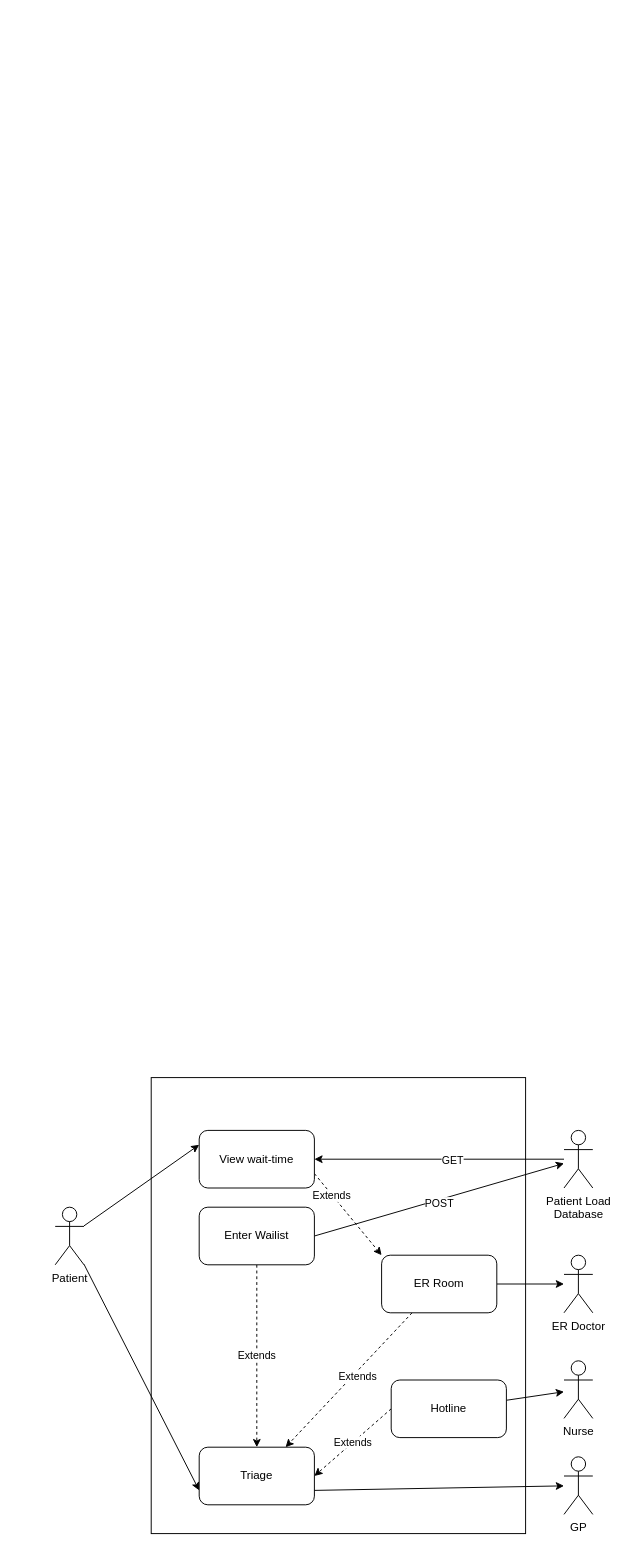
Earlier version of the draw.io diagram images/m1.drawio (uvic-teach/project-m1-team1). Source tidied: cells renumbered, new cells numbered last; positions are measured from the earlier drawing's top-left corner, leaving out a move shared by most shapes. Both pictures are drawn from the tidied source at 96%, with x=0, y=0 at pixel (55, 1077).
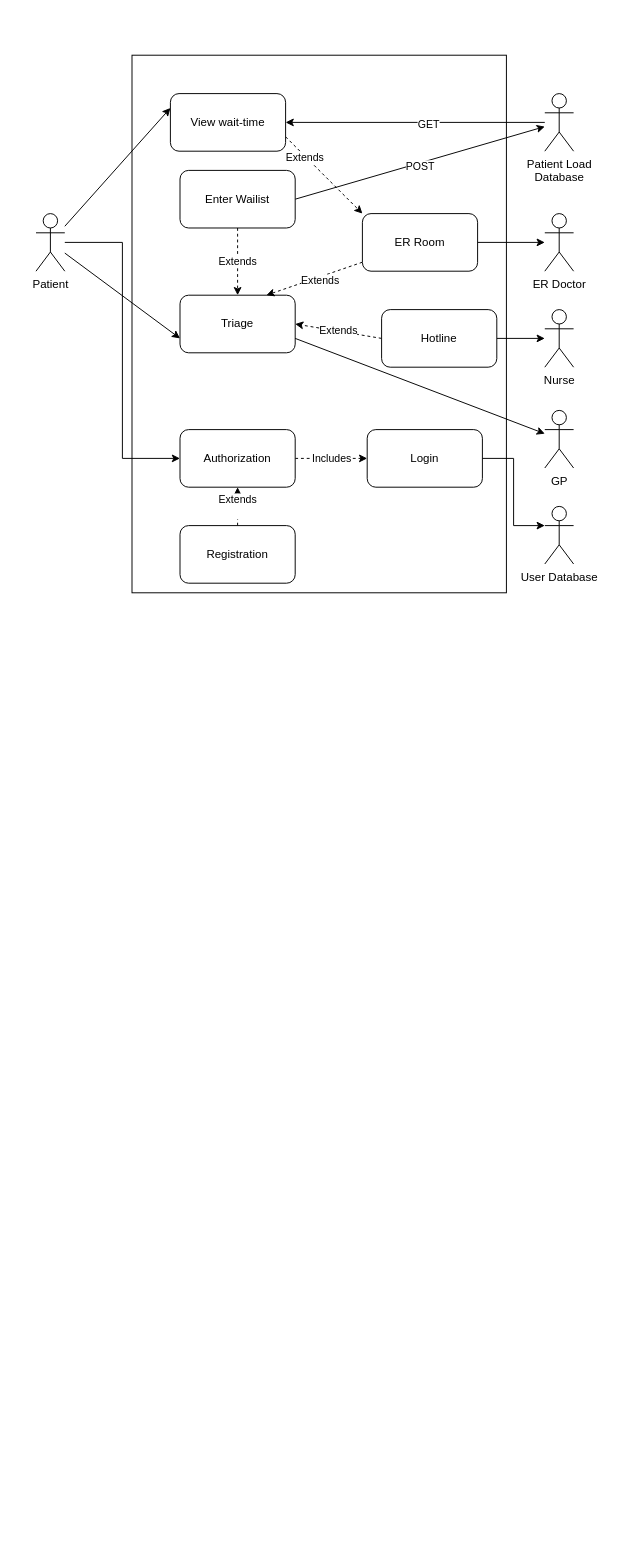
The same page after the edit.

What changed in the source:
```diff
@@
+    <mxCell id="28" style="whiteSpace=wrap;html=1;strokeColor=none;" parent="1" vertex="1">
+      <mxGeometry x="-40" y="-1105" width="630" height="630" as="geometry" />
+    </mxCell>
     <mxCell id="2" style="rounded=0;whiteSpace=wrap;html=1;fillColor=none;" parent="1" vertex="1">
-      <mxGeometry x="100" width="390" height="475" as="geometry" />
+      <mxGeometry x="80" y="-1065" width="390" height="560" as="geometry" />
     </mxCell>
@@
+    <mxCell id="29" style="edgeStyle=orthogonalEdgeStyle;rounded=0;jettySize=auto;html=1;entryX=0;entryY=0.5;entryDx=0;entryDy=0;" parent="1" edge="1" source="5" target="31">
+      <mxGeometry relative="1" as="geometry" />
+    </mxCell>
     <mxCell id="5" value="Patient" style="shape=umlActor;verticalLabelPosition=bottom;verticalAlign=top;html=1;outlineConnect=0;" parent="1" vertex="1">
-      <mxGeometry y="135" width="30" height="60" as="geometry" />
+      <mxGeometry x="-20" y="-900" width="30" height="60" as="geometry" />
     </mxCell>
@@
     <mxCell id="8" value="View wait-time" style="rounded=1;whiteSpace=wrap;html=1;" parent="1" vertex="1">
-      <mxGeometry x="150" y="55" width="120" height="60" as="geometry" />
+      <mxGeometry x="120" y="-1025" width="120" height="60" as="geometry" />
     </mxCell>
     <mxCell id="9" value="Triage" style="rounded=1;whiteSpace=wrap;html=1;" parent="1" vertex="1">
-      <mxGeometry x="150" y="385" width="120" height="60" as="geometry" />
+      <mxGeometry x="130" y="-815" width="120" height="60" as="geometry" />
     </mxCell>
     <mxCell id="10" value="Nurse" style="shape=umlActor;verticalLabelPosition=bottom;verticalAlign=top;html=1;outlineConnect=0;" parent="1" vertex="1">
-      <mxGeometry x="530" y="295" width="30" height="60" as="geometry" />
+      <mxGeometry x="510" y="-800" width="30" height="60" as="geometry" />
     </mxCell>
@@
     <mxCell id="13" value="Hotline" style="rounded=1;whiteSpace=wrap;html=1;" parent="1" vertex="1">
-      <mxGeometry x="350" y="315" width="120" height="60" as="geometry" />
+      <mxGeometry x="340" y="-800" width="120" height="60" as="geometry" />
     </mxCell>
@@
     <mxCell id="17" value="Enter Wailist" style="rounded=1;whiteSpace=wrap;html=1;" parent="1" vertex="1">
-      <mxGeometry x="150" y="135" width="120" height="60" as="geometry" />
+      <mxGeometry x="130" y="-945" width="120" height="60" as="geometry" />
     </mxCell>
@@
     <mxCell id="20" value="&lt;div&gt;Patient Load&lt;/div&gt;&lt;div&gt;Database&lt;/div&gt;" style="shape=umlActor;verticalLabelPosition=bottom;verticalAlign=top;html=1;outlineConnect=0;" parent="1" vertex="1">
-      <mxGeometry x="530" y="55" width="30" height="60" as="geometry" />
+      <mxGeometry x="510" y="-1025" width="30" height="60" as="geometry" />
     </mxCell>
@@
     <mxCell id="24" value="ER Room" style="rounded=1;whiteSpace=wrap;html=1;" parent="1" vertex="1">
-      <mxGeometry x="340" y="185" width="120" height="60" as="geometry" />
+      <mxGeometry x="320" y="-900" width="120" height="60" as="geometry" />
     </mxCell>
     <mxCell id="25" value="ER Doctor" style="shape=umlActor;verticalLabelPosition=bottom;verticalAlign=top;html=1;outlineConnect=0;" parent="1" vertex="1">
-      <mxGeometry x="530" y="185" width="30" height="60" as="geometry" />
+      <mxGeometry x="510" y="-900" width="30" height="60" as="geometry" />
     </mxCell>
     <mxCell id="26" value="GP" style="shape=umlActor;verticalLabelPosition=bottom;verticalAlign=top;html=1;outlineConnect=0;" parent="1" vertex="1">
-      <mxGeometry x="530" y="395" width="30" height="60" as="geometry" />
+      <mxGeometry x="510" y="-695" width="30" height="60" as="geometry" />
     </mxCell>
@@
+    <mxCell id="30" value="&lt;div&gt;Includes&lt;/div&gt;" style="edgeStyle=orthogonalEdgeStyle;rounded=0;jettySize=auto;html=1;exitX=1;exitY=0.5;exitDx=0;exitDy=0;dashed=1;" parent="1" edge="1" source="31" target="32">
+      <mxGeometry relative="1" as="geometry" />
+    </mxCell>
+    <mxCell id="31" value="Authorization" style="rounded=1;whiteSpace=wrap;html=1;" parent="1" vertex="1">
+      <mxGeometry x="130" y="-675" width="120" height="60" as="geometry" />
+    </mxCell>
+    <mxCell id="32" value="Login" style="rounded=1;whiteSpace=wrap;html=1;" parent="1" vertex="1">
+      <mxGeometry x="325" y="-675" width="120" height="60" as="geometry" />
+    </mxCell>
+    <mxCell id="33" value="&lt;div&gt;Extends&lt;/div&gt;&lt;div&gt;&lt;br&gt;&lt;/div&gt;" style="edgeStyle=orthogonalEdgeStyle;rounded=0;jettySize=auto;html=1;exitX=0.5;exitY=0;exitDx=0;exitDy=0;entryX=0.5;entryY=1;entryDx=0;entryDy=0;dashed=1;" parent="1" edge="1" source="34" target="31">
+      <mxGeometry relative="1" as="geometry" />
+    </mxCell>
+    <mxCell id="34" value="Registration" style="rounded=1;whiteSpace=wrap;html=1;" parent="1" vertex="1">
+      <mxGeometry x="130" y="-575" width="120" height="60" as="geometry" />
+    </mxCell>
+    <mxCell id="35" value="User Database" style="shape=umlActor;verticalLabelPosition=bottom;verticalAlign=top;html=1;outlineConnect=0;" parent="1" vertex="1">
+      <mxGeometry x="510" y="-595" width="30" height="60" as="geometry" />
+    </mxCell>
+    <mxCell id="36" style="edgeStyle=orthogonalEdgeStyle;rounded=0;jettySize=auto;html=1;exitX=1;exitY=0.5;exitDx=0;exitDy=0;entryX=0;entryY=0.3333333333333333;entryDx=0;entryDy=0;entryPerimeter=0;" parent="1" edge="1" source="32" target="35">
+      <mxGeometry relative="1" as="geometry" />
+    </mxCell>
```
